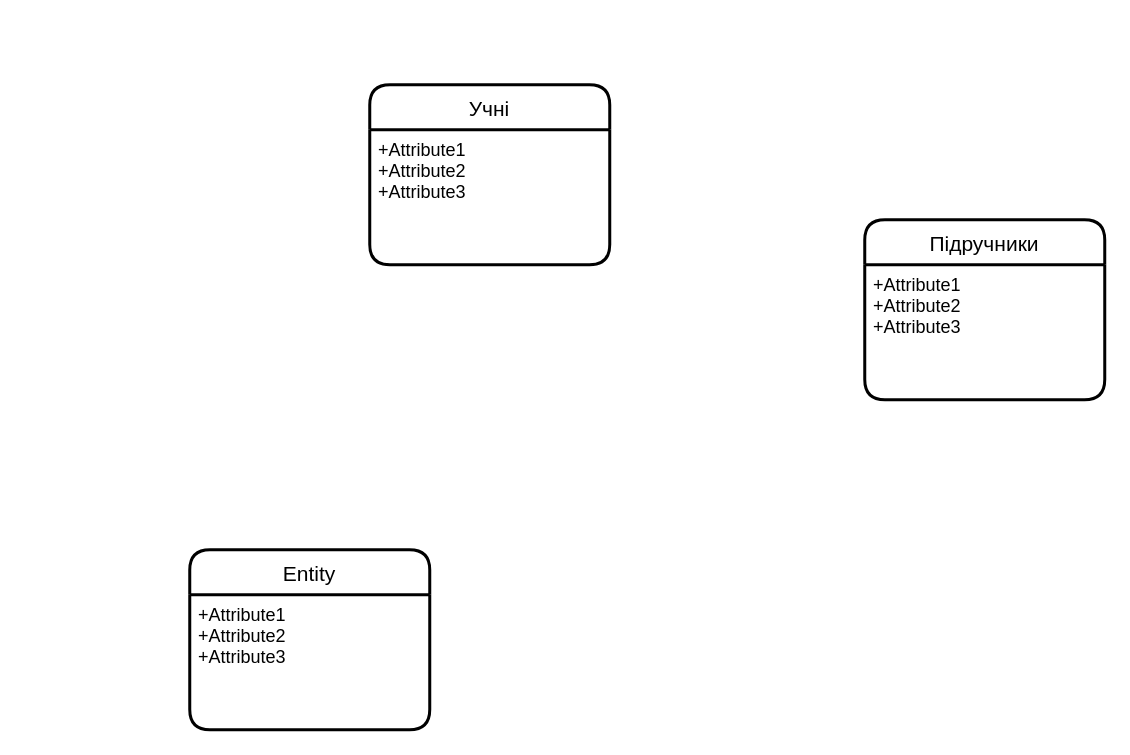
Above: Діаграма без назви.drawio in elizaherasymenko/bd (draw.io), before the change. Source tidied: cells renumbered, new cells numbered last; positions are measured from the earlier drawing's top-left corner, leaving out a move shared by most shapes. Both pictures are drawn from the tidied source at 150%, with x=0, y=0 at pixel (189, 84).
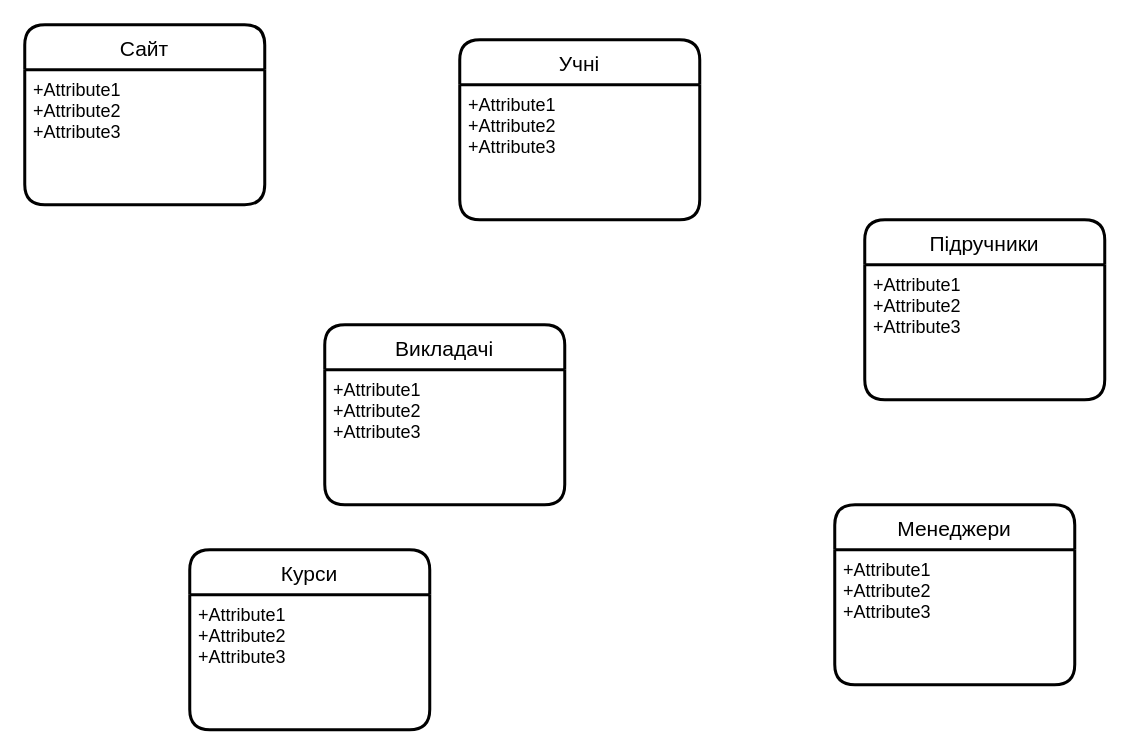
After the change.

Change to the diagram source:
```diff
@@
 <mxGraphModel>
   <root>
     <mxCell id="0" />
     <mxCell id="1" parent="0" />
     <mxCell id="2" value="Учні" style="swimlane;horizontal=1;startSize=30;rounded=1;fontSize=14;fontStyle=0;strokeWidth=2;shadow=0;dashed=0;align=center;" parent="1" vertex="1">
-      <mxGeometry x="120" width="160" height="120" as="geometry" />
+      <mxGeometry x="180" y="-30" width="160" height="120" as="geometry" />
     </mxCell>
     <mxCell id="3" value="+Attribute1&#10;+Attribute2&#10;+Attribute3" style="align=left;strokeColor=none;fillColor=none;spacingLeft=4;fontSize=12;verticalAlign=top;" parent="2" vertex="1">
       <mxGeometry y="30" width="160" height="90" as="geometry" />
     </mxCell>
     <mxCell id="4" value="Підручники" style="swimlane;horizontal=1;startSize=30;rounded=1;fontSize=14;fontStyle=0;strokeWidth=2;shadow=0;dashed=0;align=center;" parent="1" vertex="1">
       <mxGeometry x="450" y="90" width="160" height="120" as="geometry" />
     </mxCell>
     <mxCell id="5" value="+Attribute1&#10;+Attribute2&#10;+Attribute3" style="align=left;strokeColor=none;fillColor=none;spacingLeft=4;fontSize=12;verticalAlign=top;" parent="4" vertex="1">
       <mxGeometry y="30" width="160" height="90" as="geometry" />
     </mxCell>
-    <mxCell id="6" value="Entity" style="swimlane;horizontal=1;startSize=30;rounded=1;fontSize=14;fontStyle=0;strokeWidth=2;shadow=0;dashed=0;align=center;" parent="1" vertex="1">
+    <mxCell id="6" value="Курси" style="swimlane;horizontal=1;startSize=30;rounded=1;fontSize=14;fontStyle=0;strokeWidth=2;shadow=0;dashed=0;align=center;" parent="1" vertex="1">
       <mxGeometry y="310" width="160" height="120" as="geometry" />
     </mxCell>
     <mxCell id="7" value="+Attribute1&#10;+Attribute2&#10;+Attribute3" style="align=left;strokeColor=none;fillColor=none;spacingLeft=4;fontSize=12;verticalAlign=top;" parent="6" vertex="1">
       <mxGeometry y="30" width="160" height="90" as="geometry" />
     </mxCell>
+    <mxCell id="8" value="Сайт" style="swimlane;horizontal=1;startSize=30;rounded=1;fontSize=14;fontStyle=0;strokeWidth=2;shadow=0;dashed=0;align=center;" parent="1" vertex="1">
+      <mxGeometry x="-110" y="-40" width="160" height="120" as="geometry" />
+    </mxCell>
+    <mxCell id="9" value="+Attribute1&#10;+Attribute2&#10;+Attribute3" style="align=left;strokeColor=none;fillColor=none;spacingLeft=4;fontSize=12;verticalAlign=top;" parent="8" vertex="1">
+      <mxGeometry y="30" width="160" height="90" as="geometry" />
+    </mxCell>
+    <mxCell id="10" value="Викладачі" style="swimlane;horizontal=1;startSize=30;rounded=1;fontSize=14;fontStyle=0;strokeWidth=2;shadow=0;dashed=0;align=center;" parent="1" vertex="1">
+      <mxGeometry x="90" y="160" width="160" height="120" as="geometry" />
+    </mxCell>
+    <mxCell id="11" value="+Attribute1&#10;+Attribute2&#10;+Attribute3" style="align=left;strokeColor=none;fillColor=none;spacingLeft=4;fontSize=12;verticalAlign=top;" parent="10" vertex="1">
+      <mxGeometry y="30" width="160" height="90" as="geometry" />
+    </mxCell>
+    <mxCell id="12" value="Менеджери" style="swimlane;horizontal=1;startSize=30;rounded=1;fontSize=14;fontStyle=0;strokeWidth=2;shadow=0;dashed=0;align=center;" parent="1" vertex="1">
+      <mxGeometry x="430" y="280" width="160" height="120" as="geometry" />
+    </mxCell>
+    <mxCell id="13" value="+Attribute1&#10;+Attribute2&#10;+Attribute3" style="align=left;strokeColor=none;fillColor=none;spacingLeft=4;fontSize=12;verticalAlign=top;" parent="12" vertex="1">
+      <mxGeometry y="30" width="160" height="90" as="geometry" />
+    </mxCell>
   </root>
 </mxGraphModel>
```
